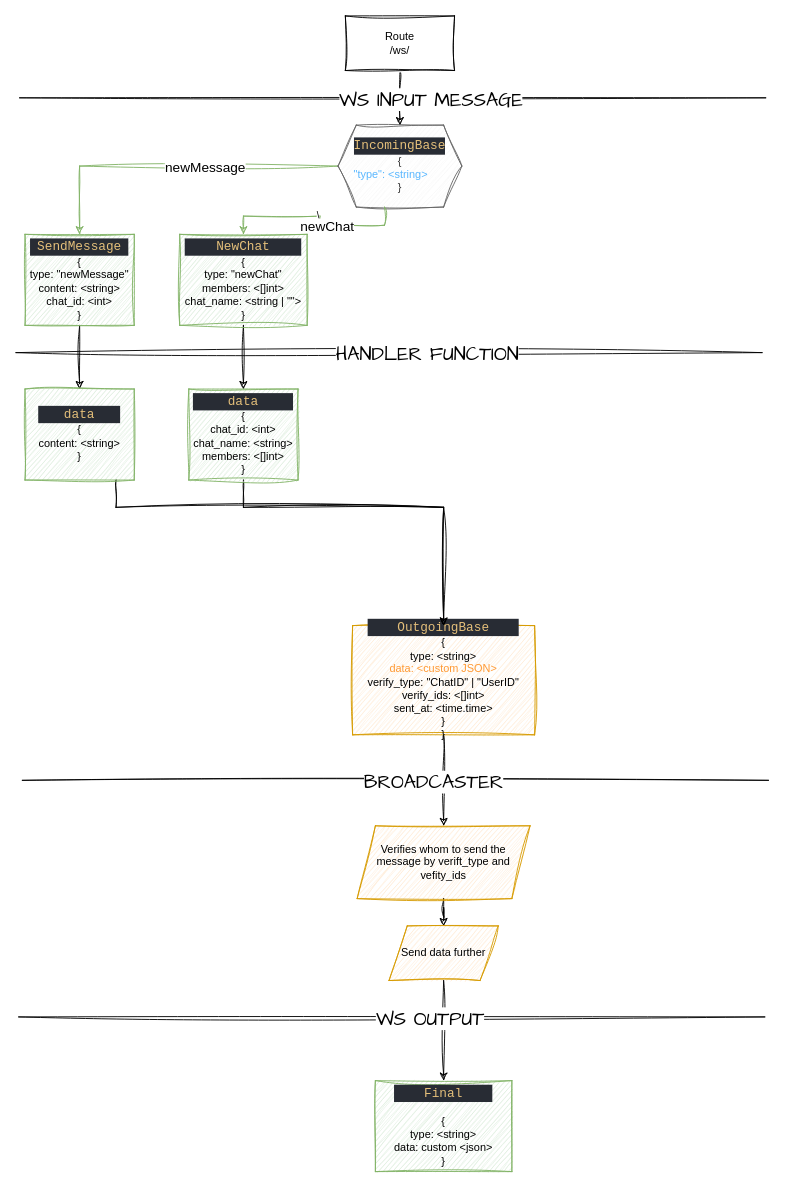
carson2222/social-app keeps this draw.io diagram as page "WebSocket" (2 of 2) of Untitled Diagram.drawio. Above is the earlier version. Source tidied: cells renumbered, new cells numbered last; positions are measured from the earlier drawing's top-left corner, leaving out a move shared by most shapes. Both pictures are drawn from the tidied source at 91%, with x=0, y=0 at pixel (15, 15).
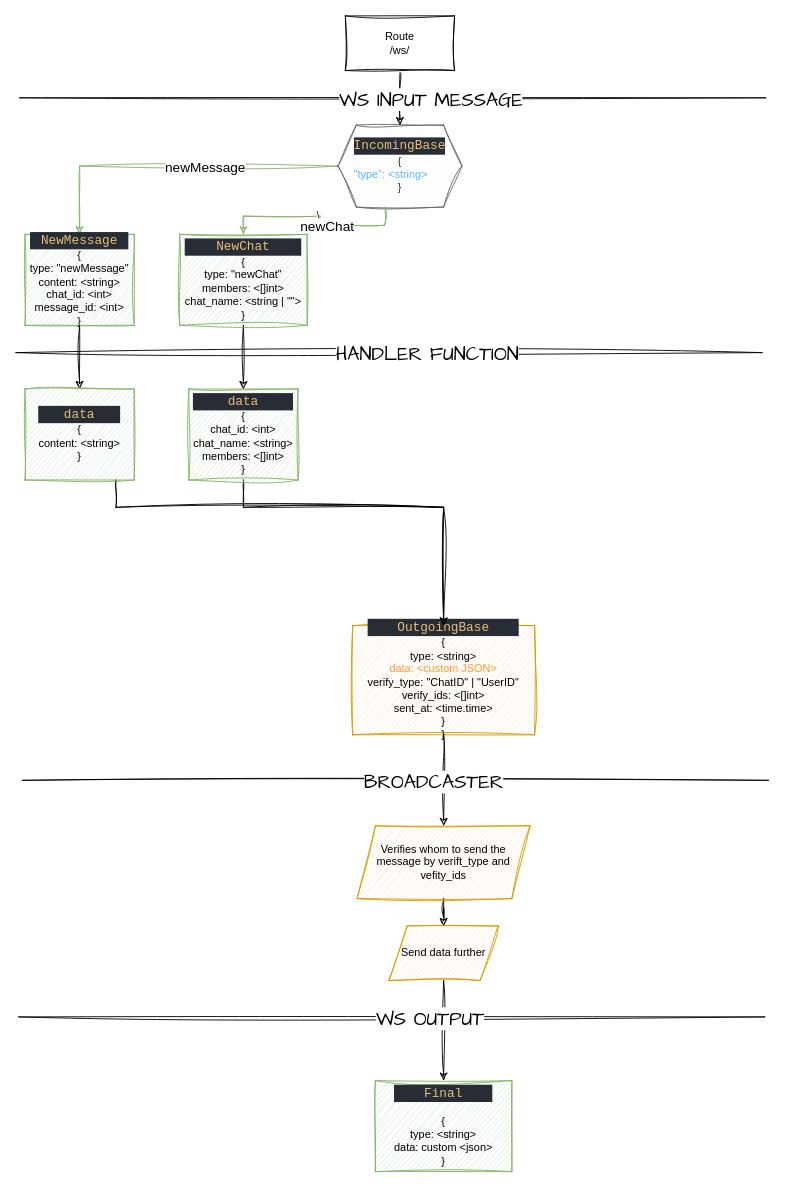
Above is the later version.

Commit message:
message_id to NewMessage (ws) added

Change to the diagram source:
```diff
@@
-    <mxCell id="8" value="&lt;div&gt;&lt;div style=&quot;color: rgb(171, 178, 191); background-color: rgb(40, 44, 52); font-family: Consolas, &amp;quot;Courier New&amp;quot;, monospace; font-size: 14px; line-height: 19px; white-space: pre;&quot;&gt;&lt;span style=&quot;color: #e5c07b;&quot;&gt;SendMessage&lt;/span&gt;&lt;/div&gt;&lt;/div&gt;{&lt;div&gt;type: &quot;newMessage&quot;&lt;br&gt;content: &amp;lt;string&amp;gt;&lt;/div&gt;&lt;div&gt;chat_id: &amp;lt;int&amp;gt;&lt;/div&gt;&lt;div&gt;}&lt;/div&gt;" style="whiteSpace=wrap;html=1;rounded=0;sketch=1;curveFitting=1;jiggle=2;fillColor=#d5e8d4;strokeColor=#82b366;" parent="1" vertex="1">
+    <mxCell id="8" value="&lt;div&gt;&lt;div style=&quot;color: rgb(171, 178, 191); background-color: rgb(40, 44, 52); font-family: Consolas, &amp;quot;Courier New&amp;quot;, monospace; font-size: 14px; line-height: 19px; white-space: pre;&quot;&gt;&lt;span style=&quot;color: #e5c07b;&quot;&gt;NewMessage&lt;/span&gt;&lt;/div&gt;&lt;/div&gt;{&lt;div&gt;type: &quot;newMessage&quot;&lt;br&gt;content: &amp;lt;string&amp;gt;&lt;/div&gt;&lt;div&gt;chat_id: &amp;lt;int&amp;gt;&lt;/div&gt;&lt;div&gt;message_id: &amp;lt;int&amp;gt;&lt;/div&gt;&lt;div&gt;}&lt;/div&gt;" style="whiteSpace=wrap;html=1;rounded=0;sketch=1;curveFitting=1;jiggle=2;fillColor=#d5e8d4;strokeColor=#82b366;" parent="1" vertex="1">
       <mxGeometry x="10" y="240" width="120" height="100" as="geometry" />
     </mxCell>
```
